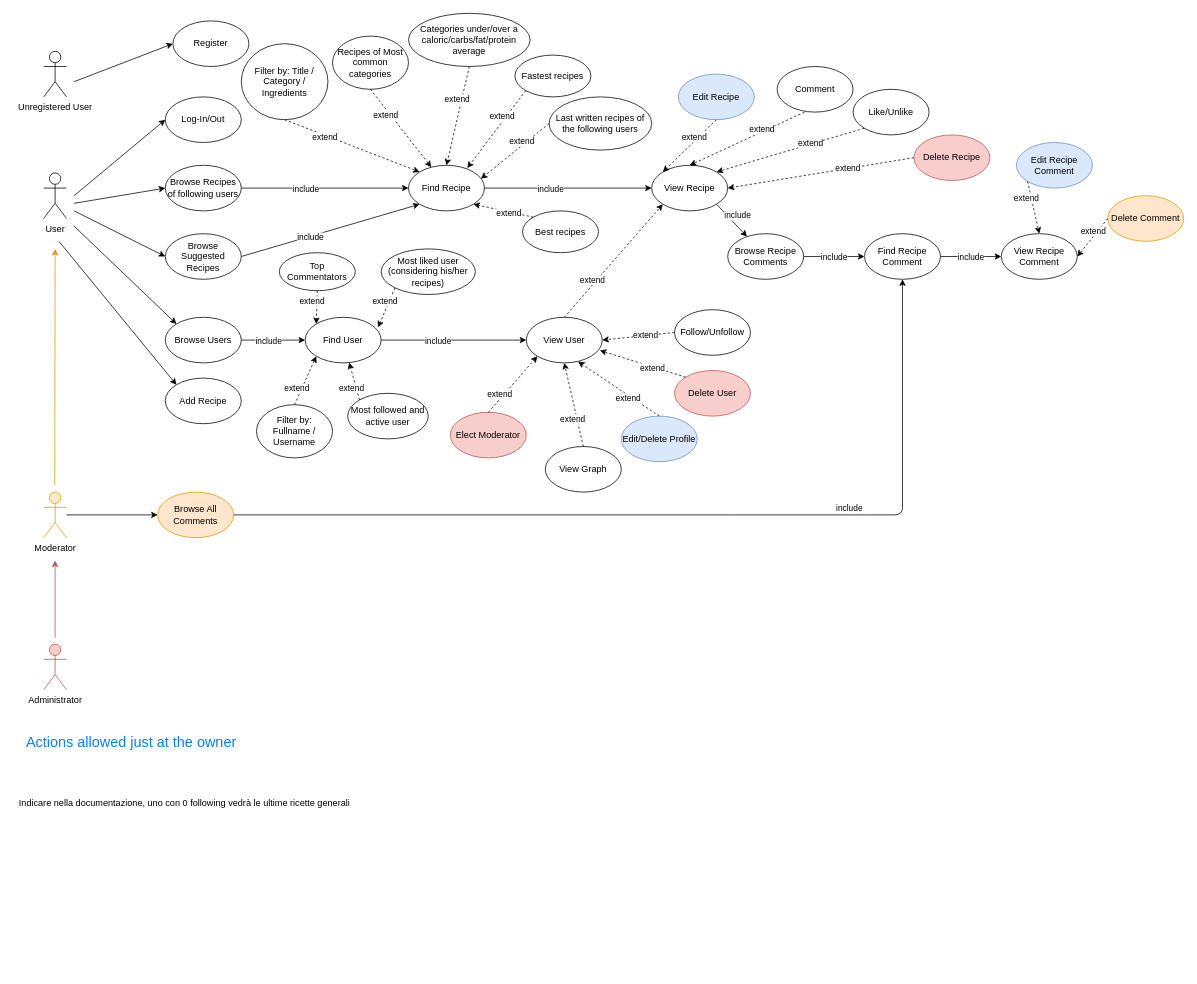
The draw.io diagram Documents/drawio/UseCaseDiagram.drawio in fraie98/JustRecipe, before the edit. Source tidied: cells renumbered, new cells numbered last; positions are measured from the earlier drawing's top-left corner, leaving out a move shared by most shapes. Both pictures are drawn from the tidied source at 76%, with x=0, y=0 at pixel (13, 13).
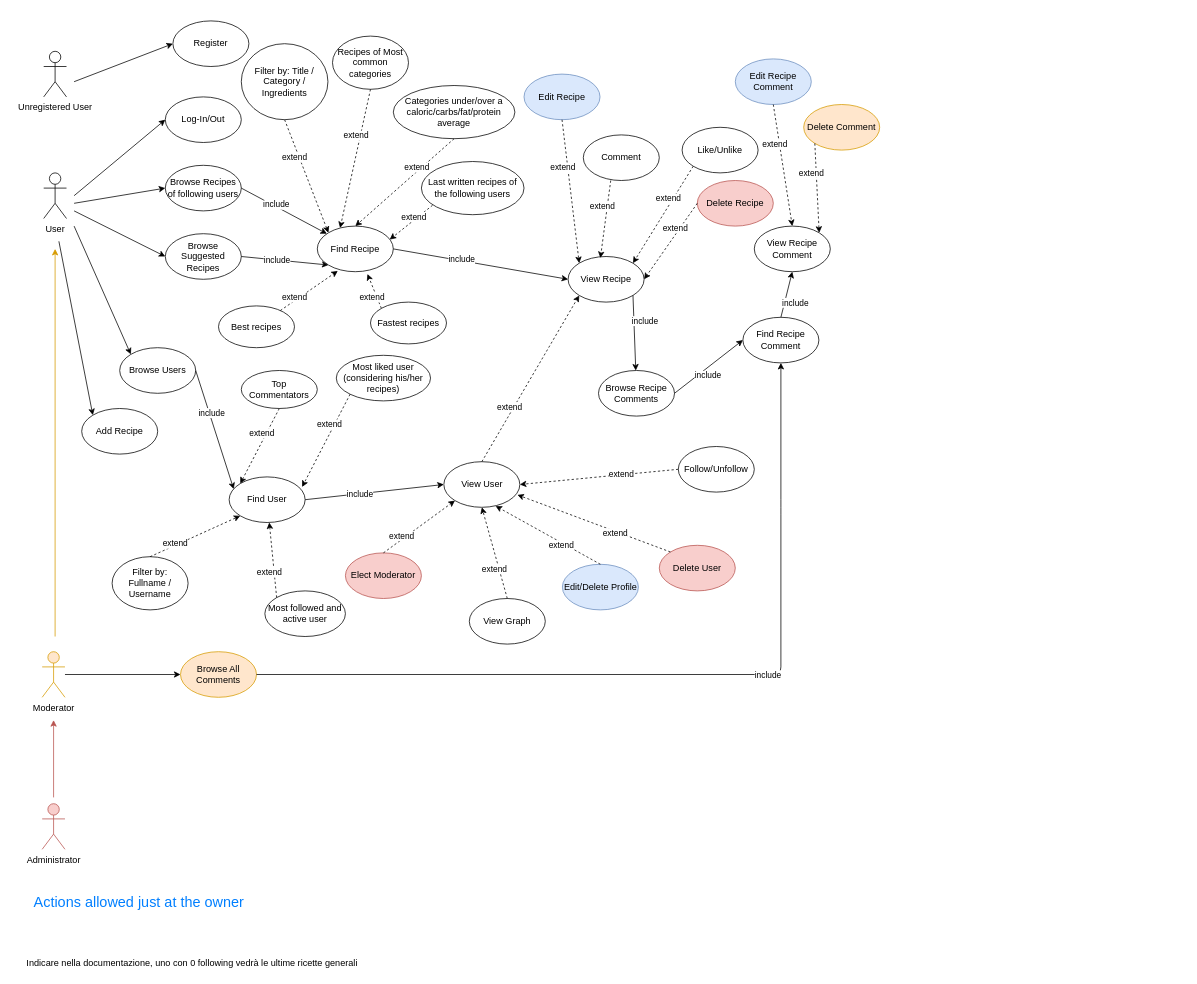
The same page after the edit.

Diff of the diagram source:
```diff
@@
     <mxCell id="2" value="Moderator" style="shape=umlActor;verticalLabelPosition=bottom;verticalAlign=top;html=1;outlineConnect=0;fillColor=#ffe6cc;strokeColor=#d79b00;" parent="1" vertex="1">
-      <mxGeometry x="40" y="630" width="30" height="60" as="geometry" />
+      <mxGeometry x="38" y="840" width="30" height="60" as="geometry" />
     </mxCell>
@@
     <mxCell id="5" value="Administrator" style="shape=umlActor;verticalLabelPosition=bottom;verticalAlign=top;html=1;fillColor=#f8cecc;strokeColor=#b85450;" parent="1" vertex="1">
-      <mxGeometry x="40" y="830" width="30" height="60" as="geometry" />
+      <mxGeometry x="38" y="1040" width="30" height="60" as="geometry" />
     </mxCell>
@@
     <mxCell id="11" value="Find Recipe" style="ellipse;whiteSpace=wrap;html=1;" parent="1" vertex="1">
-      <mxGeometry x="520" y="200" width="100" height="60" as="geometry" />
+      <mxGeometry x="400" y="280" width="100" height="60" as="geometry" />
     </mxCell>
     <mxCell id="12" value="View Recipe" style="ellipse;whiteSpace=wrap;html=1;" parent="1" vertex="1">
-      <mxGeometry x="840" y="200" width="100" height="60" as="geometry" />
+      <mxGeometry x="730" y="320" width="100" height="60" as="geometry" />
     </mxCell>
@@
     <mxCell id="22" value="Indicare nella documentazione, uno con 0 following vedrà le ultime ricette generali" style="text;html=1;align=center;verticalAlign=middle;" parent="1" vertex="1">
-      <mxGeometry y="1030" width="450" height="20" as="geometry" />
+      <mxGeometry x="10" y="1240" width="450" height="20" as="geometry" />
     </mxCell>
     <mxCell id="23" value="Browse Users" style="ellipse;whiteSpace=wrap;html=1;" parent="1" vertex="1">
-      <mxGeometry x="200" y="400" width="100" height="60" as="geometry" />
+      <mxGeometry x="140" y="440" width="100" height="60" as="geometry" />
     </mxCell>
     <mxCell id="24" value="Find User" style="ellipse;whiteSpace=wrap;html=1;" parent="1" vertex="1">
-      <mxGeometry x="384" y="400" width="100" height="60" as="geometry" />
+      <mxGeometry x="284" y="610" width="100" height="60" as="geometry" />
     </mxCell>
     <mxCell id="25" value="View User" style="ellipse;whiteSpace=wrap;html=1;" parent="1" vertex="1">
-      <mxGeometry x="675" y="400" width="100" height="60" as="geometry" />
+      <mxGeometry x="566.5" y="590" width="100" height="60" as="geometry" />
     </mxCell>
     <mxCell id="26" value="Follow/Unfollow" style="ellipse;whiteSpace=wrap;html=1;" parent="1" vertex="1">
-      <mxGeometry x="870" y="390" width="100" height="60" as="geometry" />
+      <mxGeometry x="875" y="570" width="100" height="60" as="geometry" />
     </mxCell>
@@
-    <mxCell id="28" style="endArrow=classic;html=1;exitX=1;exitY=0.5;exitDx=0;exitDy=0;entryX=0;entryY=0.5;entryDx=0;entryDy=0;" parent="1" edge="1" source="23" target="24">
+    <mxCell id="28" style="endArrow=classic;html=1;exitX=1;exitY=0.5;exitDx=0;exitDy=0;entryX=0.06;entryY=0.267;entryDx=0;entryDy=0;entryPerimeter=0;" parent="1" edge="1" source="23" target="24">
       <mxGeometry relative="1" as="geometry" />
     </mxCell>
@@
     <mxCell id="34" value="Comment" style="ellipse;whiteSpace=wrap;html=1;" parent="1" vertex="1">
-      <mxGeometry x="1005" y="70" width="100" height="60" as="geometry" />
+      <mxGeometry x="750" y="160" width="100" height="60" as="geometry" />
     </mxCell>
     <mxCell id="35" value="Like/Unlike" style="ellipse;whiteSpace=wrap;html=1;" parent="1" vertex="1">
-      <mxGeometry x="1105" y="100" width="100" height="60" as="geometry" />
+      <mxGeometry x="880" y="150" width="100" height="60" as="geometry" />
     </mxCell>
-    <mxCell id="36" style="endArrow=classic;html=1;entryX=0.5;entryY=0;entryDx=0;entryDy=0;exitX=0.361;exitY=1;exitDx=0;exitDy=0;dashed=1;exitPerimeter=0;" parent="1" edge="1" source="34" target="12">
+    <mxCell id="36" style="endArrow=classic;html=1;entryX=0.425;entryY=0.033;entryDx=0;entryDy=0;exitX=0.361;exitY=1;exitDx=0;exitDy=0;dashed=1;exitPerimeter=0;entryPerimeter=0;" parent="1" edge="1" source="34" target="12">
       <mxGeometry relative="1" as="geometry" />
     </mxCell>
@@
     <mxCell id="42" value="Browse Recipe Comments" style="ellipse;whiteSpace=wrap;html=1;" parent="1" vertex="1">
-      <mxGeometry x="940" y="290" width="100" height="60" as="geometry" />
+      <mxGeometry x="770" y="470" width="100" height="60" as="geometry" />
     </mxCell>
     <mxCell id="43" value="Find Recipe Comment" style="ellipse;whiteSpace=wrap;html=1;" parent="1" vertex="1">
-      <mxGeometry x="1120" y="290" width="100" height="60" as="geometry" />
+      <mxGeometry x="960" y="400" width="100" height="60" as="geometry" />
     </mxCell>
     <mxCell id="44" value="View Recipe Comment" style="ellipse;whiteSpace=wrap;html=1;" parent="1" vertex="1">
-      <mxGeometry x="1300" y="290" width="100" height="60" as="geometry" />
+      <mxGeometry x="975" y="280" width="100" height="60" as="geometry" />
     </mxCell>
     <mxCell id="45" value="Edit Recipe" style="ellipse;whiteSpace=wrap;html=1;fillColor=#dae8fc;strokeColor=#6c8ebf;" parent="1" vertex="1">
-      <mxGeometry x="875" y="80" width="100" height="60" as="geometry" />
+      <mxGeometry x="672" y="80" width="100" height="60" as="geometry" />
     </mxCell>
@@
-    <mxCell id="52" style="endArrow=classic;html=1;exitX=1;exitY=0.5;exitDx=0;exitDy=0;entryX=0;entryY=0.5;entryDx=0;entryDy=0;" parent="1" edge="1" source="43" target="44">
+    <mxCell id="52" style="endArrow=classic;html=1;exitX=0.5;exitY=0;exitDx=0;exitDy=0;entryX=0.5;entryY=1;entryDx=0;entryDy=0;" parent="1" edge="1" source="43" target="44">
       <mxGeometry relative="1" as="geometry" />
     </mxCell>
@@
     <mxCell id="54" value="Edit Recipe Comment" style="ellipse;whiteSpace=wrap;html=1;fillColor=#dae8fc;strokeColor=#6c8ebf;" parent="1" vertex="1">
-      <mxGeometry x="1320" y="170" width="100" height="60" as="geometry" />
+      <mxGeometry x="950" y="60" width="100" height="60" as="geometry" />
     </mxCell>
     <mxCell id="55" value="Delete Comment" style="ellipse;whiteSpace=wrap;html=1;fillColor=#ffe6cc;strokeColor=#d79b00;" parent="1" vertex="1">
-      <mxGeometry x="1440" y="240" width="100" height="60" as="geometry" />
+      <mxGeometry x="1040" y="120" width="100" height="60" as="geometry" />
     </mxCell>
     <mxCell id="56" value="Delete Recipe" style="ellipse;whiteSpace=wrap;html=1;fillColor=#f8cecc;strokeColor=#b85450;" parent="1" vertex="1">
-      <mxGeometry x="1185" y="160" width="100" height="60" as="geometry" />
+      <mxGeometry x="900" y="220" width="100" height="60" as="geometry" />
     </mxCell>
@@
-    <mxCell id="59" style="endArrow=classic;html=1;entryX=0.5;entryY=0;entryDx=0;entryDy=0;exitX=0;exitY=1;exitDx=0;exitDy=0;dashed=1;" parent="1" edge="1" source="54" target="44">
+    <mxCell id="59" style="endArrow=classic;html=1;entryX=0.5;entryY=0;entryDx=0;entryDy=0;exitX=0.5;exitY=1;exitDx=0;exitDy=0;dashed=1;" parent="1" edge="1" source="54" target="44">
       <mxGeometry relative="1" as="geometry" />
     </mxCell>
@@
-    <mxCell id="61" style="endArrow=classic;html=1;entryX=1;entryY=0.5;entryDx=0;entryDy=0;exitX=0;exitY=0.5;exitDx=0;exitDy=0;dashed=1;" parent="1" edge="1" source="55" target="44">
+    <mxCell id="61" style="endArrow=classic;html=1;entryX=1;entryY=0;entryDx=0;entryDy=0;exitX=0;exitY=1;exitDx=0;exitDy=0;dashed=1;" parent="1" edge="1" source="55" target="44">
       <mxGeometry relative="1" as="geometry" />
     </mxCell>
@@
     <mxCell id="63" value="Delete User" style="ellipse;whiteSpace=wrap;html=1;fillColor=#f8cecc;strokeColor=#b85450;" parent="1" vertex="1">
-      <mxGeometry x="870" y="470" width="100" height="60" as="geometry" />
+      <mxGeometry x="850" y="700" width="100" height="60" as="geometry" />
     </mxCell>
@@
     <mxCell id="66" value="Edit/Delete Profile" style="ellipse;whiteSpace=wrap;html=1;fillColor=#dae8fc;strokeColor=#6c8ebf;" parent="1" vertex="1">
-      <mxGeometry x="800" y="530" width="100" height="60" as="geometry" />
+      <mxGeometry x="722.5" y="725" width="100" height="60" as="geometry" />
     </mxCell>
@@
     <mxCell id="69" value="View Graph" style="ellipse;whiteSpace=wrap;html=1;" parent="1" vertex="1">
-      <mxGeometry x="700" y="570" width="100" height="60" as="geometry" />
+      <mxGeometry x="600" y="770" width="100" height="60" as="geometry" />
     </mxCell>
@@
     <mxCell id="72" value="Add Recipe" style="ellipse;whiteSpace=wrap;html=1;" parent="1" vertex="1">
-      <mxGeometry x="200" y="480" width="100" height="60" as="geometry" />
+      <mxGeometry x="90" y="520" width="100" height="60" as="geometry" />
     </mxCell>
@@
     <mxCell id="74" value="Elect Moderator" style="ellipse;whiteSpace=wrap;html=1;fillColor=#f8cecc;strokeColor=#b85450;" parent="1" vertex="1">
-      <mxGeometry x="575" y="525" width="100" height="60" as="geometry" />
+      <mxGeometry x="437" y="710" width="100" height="60" as="geometry" />
     </mxCell>
@@
     <mxCell id="77" value="Browse All Comments" style="ellipse;whiteSpace=wrap;html=1;fillColor=#ffe6cc;strokeColor=#d79b00;" parent="1" vertex="1">
-      <mxGeometry x="190" y="630" width="100" height="60" as="geometry" />
+      <mxGeometry x="220" y="840" width="100" height="60" as="geometry" />
     </mxCell>
     <mxCell id="78" style="endArrow=classic;html=1;exitX=1;exitY=0.5;exitDx=0;exitDy=0;" parent="1" edge="1" source="77" target="43">
       <mxGeometry relative="1" as="geometry">
         <Array as="points">
-          <mxPoint x="941" y="660" />
-          <mxPoint x="1110" y="660" />
-          <mxPoint x="1170" y="660" />
+          <mxPoint x="1010" y="870" />
+          <mxPoint x="1010" y="650" />
         </Array>
       </mxGeometry>
     </mxCell>
     <mxCell id="79" value="include" style="edgeLabel;html=1;align=center;verticalAlign=middle;" parent="78" vertex="1">
       <mxGeometry x="-0.34" relative="1" as="geometry">
-        <mxPoint x="416" y="-10" as="offset" />
+        <mxPoint x="309" as="offset" />
       </mxGeometry>
     </mxCell>
@@
     <mxCell id="81" style="endArrow=classic;html=1;fillColor=#f8cecc;strokeColor=#b85450;" parent="1" edge="1">
       <mxGeometry relative="1" as="geometry">
-        <mxPoint x="55" y="821.7" as="sourcePoint" />
-        <mxPoint x="55" y="720" as="targetPoint" />
+        <mxPoint x="53" y="1031.7" as="sourcePoint" />
+        <mxPoint x="53" y="930" as="targetPoint" />
       </mxGeometry>
     </mxCell>
     <mxCell id="82" style="endArrow=classic;html=1;fillColor=#ffe6cc;strokeColor=#d79b00;" parent="1" edge="1">
       <mxGeometry relative="1" as="geometry">
-        <mxPoint x="54.6" y="620.8" as="sourcePoint" />
+        <mxPoint x="55" y="820" as="sourcePoint" />
         <mxPoint x="55" y="310" as="targetPoint" />
       </mxGeometry>
     </mxCell>
@@
     <mxCell id="84" value="Filter by: Fullname / Username" style="ellipse;whiteSpace=wrap;html=1;" parent="1" vertex="1">
-      <mxGeometry x="320" y="515" width="100" height="70" as="geometry" />
+      <mxGeometry x="130" y="715" width="100" height="70" as="geometry" />
     </mxCell>
@@
     <mxCell id="92" value="Categories under/over a caloric/carbs/fat/protein average" style="ellipse;whiteSpace=wrap;html=1;" parent="1" vertex="1">
-      <mxGeometry x="520" width="160" height="70" as="geometry" />
+      <mxGeometry x="500" y="95" width="160" height="70" as="geometry" />
     </mxCell>
@@
     <mxCell id="95" value="Fastest recipes" style="ellipse;whiteSpace=wrap;html=1;" parent="1" vertex="1">
-      <mxGeometry x="660" y="55" width="100" height="55" as="geometry" />
+      <mxGeometry x="470" y="380" width="100" height="55" as="geometry" />
     </mxCell>
-    <mxCell id="96" style="endArrow=classic;html=1;entryX=0.774;entryY=0.06;entryDx=0;entryDy=0;exitX=0;exitY=1;exitDx=0;exitDy=0;dashed=1;entryPerimeter=0;" parent="1" edge="1" source="95" target="11">
+    <mxCell id="96" style="endArrow=classic;html=1;entryX=0.66;entryY=1.05;entryDx=0;entryDy=0;exitX=0;exitY=0;exitDx=0;exitDy=0;dashed=1;entryPerimeter=0;" parent="1" edge="1" source="95" target="11">
       <mxGeometry relative="1" as="geometry" />
     </mxCell>
@@
     <mxCell id="98" value="Last written recipes of the following users" style="ellipse;whiteSpace=wrap;html=1;" parent="1" vertex="1">
-      <mxGeometry x="705" y="110" width="135" height="70" as="geometry" />
+      <mxGeometry x="537" y="195" width="135" height="70" as="geometry" />
     </mxCell>
-    <mxCell id="99" style="endArrow=classic;html=1;exitX=0;exitY=0.5;exitDx=0;exitDy=0;dashed=1;entryX=0.953;entryY=0.295;entryDx=0;entryDy=0;entryPerimeter=0;" parent="1" edge="1" source="98" target="11">
+    <mxCell id="99" style="endArrow=classic;html=1;exitX=0.109;exitY=0.822;exitDx=0;exitDy=0;dashed=1;entryX=0.953;entryY=0.295;entryDx=0;entryDy=0;entryPerimeter=0;exitPerimeter=0;" parent="1" edge="1" source="98" target="11">
       <mxGeometry relative="1" as="geometry" />
     </mxCell>
@@
     <mxCell id="101" value="Best recipes" style="ellipse;whiteSpace=wrap;html=1;" parent="1" vertex="1">
-      <mxGeometry x="670" y="260" width="100" height="55" as="geometry" />
+      <mxGeometry x="270" y="385" width="100" height="55" as="geometry" />
     </mxCell>
-    <mxCell id="102" style="endArrow=classic;html=1;entryX=1;entryY=1;entryDx=0;entryDy=0;exitX=0;exitY=0;exitDx=0;exitDy=0;dashed=1;" parent="1" edge="1" source="101" target="11">
+    <mxCell id="102" style="endArrow=classic;html=1;entryX=0.27;entryY=0.983;entryDx=0;entryDy=0;dashed=1;entryPerimeter=0;" parent="1" edge="1" source="101" target="11">
       <mxGeometry relative="1" as="geometry" />
     </mxCell>
@@
     <mxCell id="104" value="Top Commentators" style="ellipse;whiteSpace=wrap;html=1;" parent="1" vertex="1">
-      <mxGeometry x="350" y="315" width="100" height="50" as="geometry" />
+      <mxGeometry x="300" y="470" width="100" height="50" as="geometry" />
     </mxCell>
     <mxCell id="105" value="Most followed and active user" style="ellipse;whiteSpace=wrap;html=1;" parent="1" vertex="1">
-      <mxGeometry x="440" y="500" width="106" height="60" as="geometry" />
+      <mxGeometry x="331" y="760" width="106" height="60" as="geometry" />
     </mxCell>
@@
     <mxCell id="110" value="&lt;div&gt;Most liked user (considering his/her&lt;/div&gt;&lt;div&gt;recipes)&lt;/div&gt;" style="ellipse;whiteSpace=wrap;html=1;" parent="1" vertex="1">
-      <mxGeometry x="484" y="310" width="124" height="60" as="geometry" />
+      <mxGeometry x="425" y="450" width="124" height="60" as="geometry" />
     </mxCell>
@@
     <mxCell id="113" value="&lt;font style=&quot;font-size: 19px&quot; color=&quot;#007fff&quot;&gt;Actions allowed just at the owner&lt;/font&gt;" style="text;html=1;align=center;verticalAlign=middle;" parent="1" vertex="1">
-      <mxGeometry x="10" y="950" width="290" height="20" as="geometry" />
+      <mxGeometry x="20" y="1160" width="290" height="20" as="geometry" />
     </mxCell>
```
